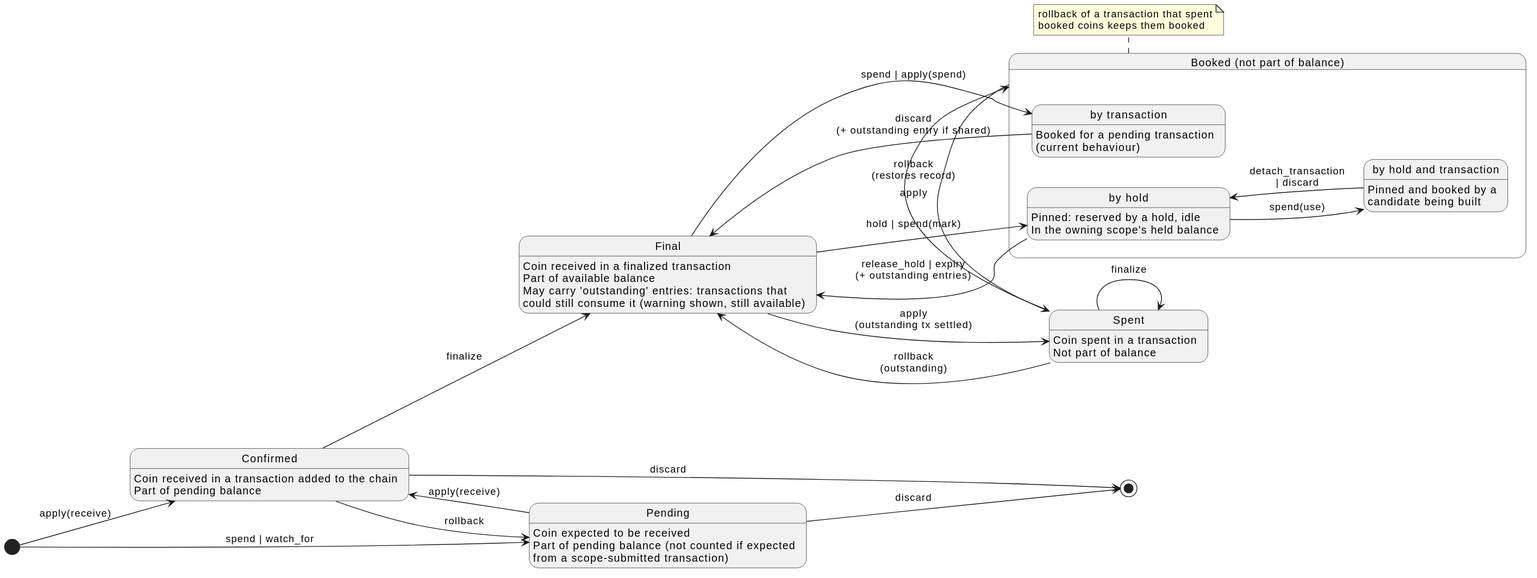
This is diagrams/coin-lifecycle.svg from acedward/midnight-utxo-pinning, a PlantUML export, as it was before one commit. Its diagram source:
```plantuml
@startuml
left to right direction
skinparam nodesep 40
skinparam ranksep 50

state pending as "Pending": Coin expected to be received\nPart of pending balance (not counted if expected\nfrom a scope-submitted transaction)
state confirmed as "Confirmed": Coin received in a transaction added to the chain\nPart of pending balance
state final as "Final": Coin received in a finalized transaction\nPart of available balance\nMay carry 'outstanding' entries: transactions that\ncould still consume it (warning shown, still available)
state booked as "Booked (not part of balance)" {
  state bookedTx as "by transaction": Booked for a pending transaction\n(current behaviour)
  state bookedHold as "by hold": Pinned: reserved by a hold, idle\nIn the owning scope's held balance
  state bookedBoth as "by hold and transaction": Pinned and booked by a\ncandidate being built
  bookedHold -down-> bookedBoth : spend(use)
  bookedBoth -up-> bookedHold : detach_transaction\n| discard
}
note bottom of booked : rollback of a transaction that spent\nbooked coins keeps them booked
state spent as "Spent" : Coin spent in a transaction\nNot part of balance

[*] --> confirmed : apply(receive)
[*] --> pending : spend | watch_for
pending --> confirmed : apply(receive)
confirmed --> final : finalize
confirmed --> pending : rollback
confirmed --> [*] : discard
pending --> [*] : discard
final -down-> bookedTx : spend | apply(spend)
final -down-> bookedHold : hold | spend(mark)
bookedHold -up-> final : release_hold | expiry\n(+ outstanding entries)
bookedTx -up-> final : discard\n(+ outstanding entry if shared)
booked -right-> spent : apply
final -down-> spent : apply\n(outstanding tx settled)
spent --> booked : rollback\n(restores record)
spent --> final : rollback\n(outstanding)
spent --> spent : finalize
@enduml
```
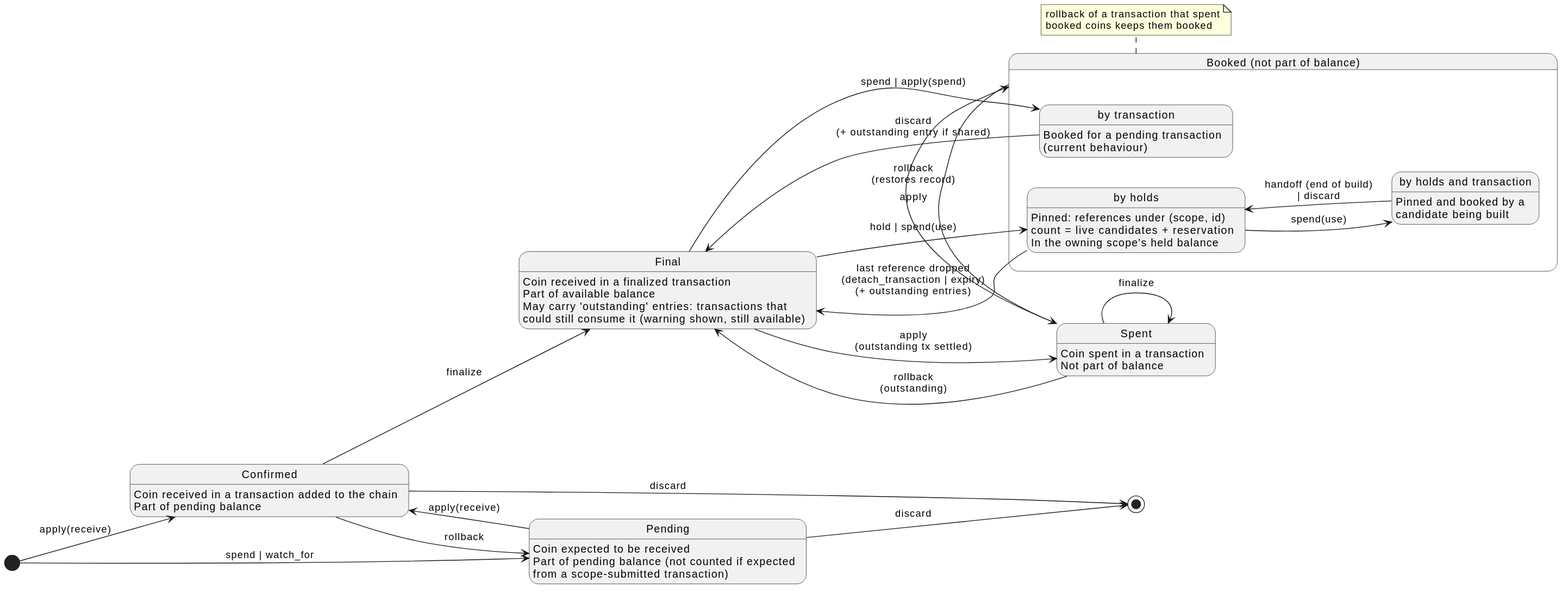
Later version of the same file.

What changed in the source:
```diff
@@ -8,10 +8,10 @@
 state final as "Final": Coin received in a finalized transaction\nPart of available balance\nMay carry 'outstanding' entries: transactions that\ncould still consume it (warning shown, still available)
 state booked as "Booked (not part of balance)" {
   state bookedTx as "by transaction": Booked for a pending transaction\n(current behaviour)
-  state bookedHold as "by hold": Pinned: reserved by a hold, idle\nIn the owning scope's held balance
-  state bookedBoth as "by hold and transaction": Pinned and booked by a\ncandidate being built
+  state bookedHold as "by holds": Pinned: references under (scope, id)\ncount = live candidates + reservation\nIn the owning scope's held balance
+  state bookedBoth as "by holds and transaction": Pinned and booked by a\ncandidate being built
   bookedHold -down-> bookedBoth : spend(use)
-  bookedBoth -up-> bookedHold : detach_transaction\n| discard
+  bookedBoth -up-> bookedHold : handoff (end of build)\n| discard
 }
 note bottom of booked : rollback of a transaction that spent\nbooked coins keeps them booked
 state spent as "Spent" : Coin spent in a transaction\nNot part of balance
@@ -24,8 +24,8 @@
 confirmed --> [*] : discard
 pending --> [*] : discard
 final -down-> bookedTx : spend | apply(spend)
-final -down-> bookedHold : hold | spend(mark)
-bookedHold -up-> final : release_hold | expiry\n(+ outstanding entries)
+final -down-> bookedHold : hold | spend(use)
+bookedHold -up-> final : last reference dropped\n(detach_transaction | expiry)\n(+ outstanding entries)
 bookedTx -up-> final : discard\n(+ outstanding entry if shared)
 booked -right-> spent : apply
 final -down-> spent : apply\n(outstanding tx settled)
```
